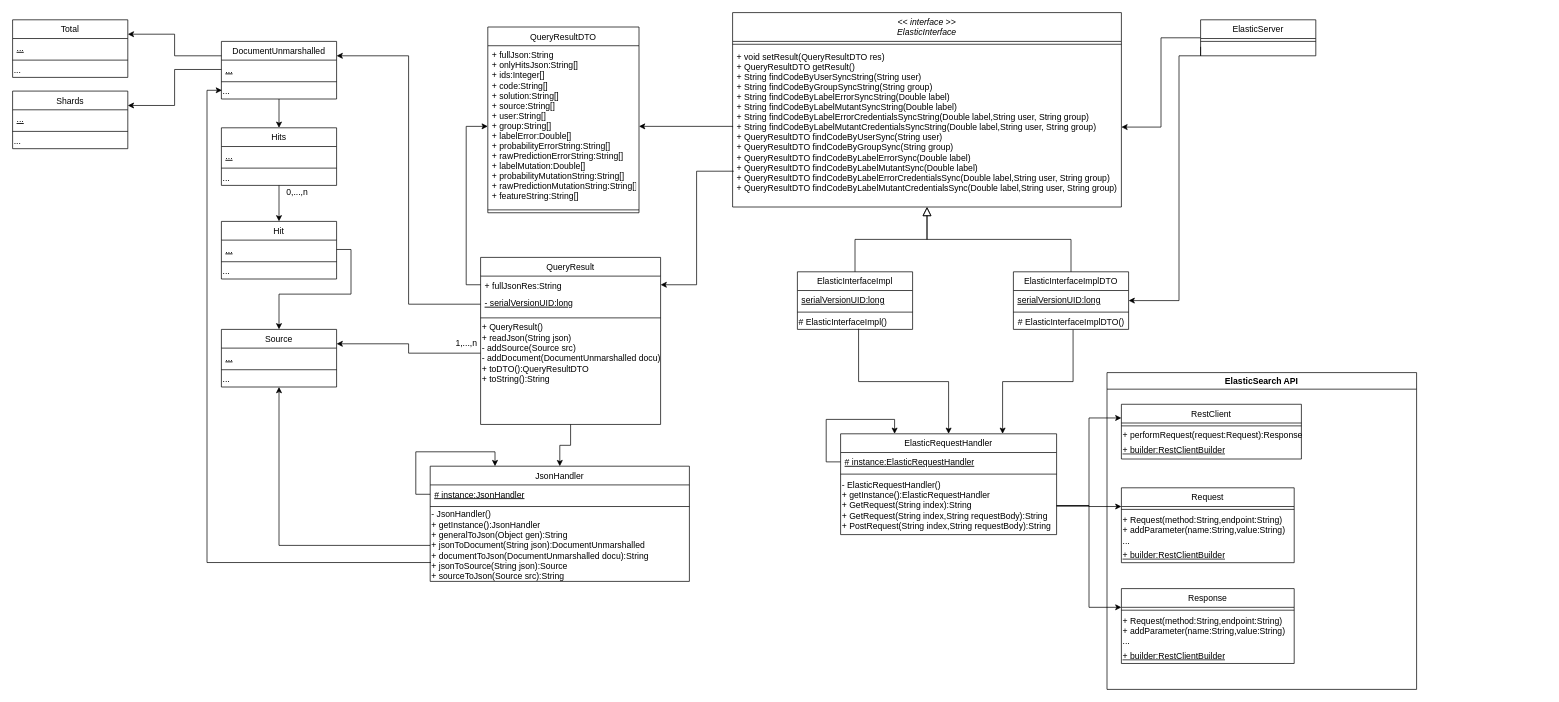
This is docs/Elastic-facade-orchestrator.drawio from josura/Error-classification-ISD, a draw.io file, before an edit. Source tidied: cells renumbered, new cells numbered last; positions are measured from the earlier drawing's top-left corner, leaving out a move shared by most shapes. Both pictures are drawn from the tidied source at 72%, with x=0, y=0 at pixel (12, 12).
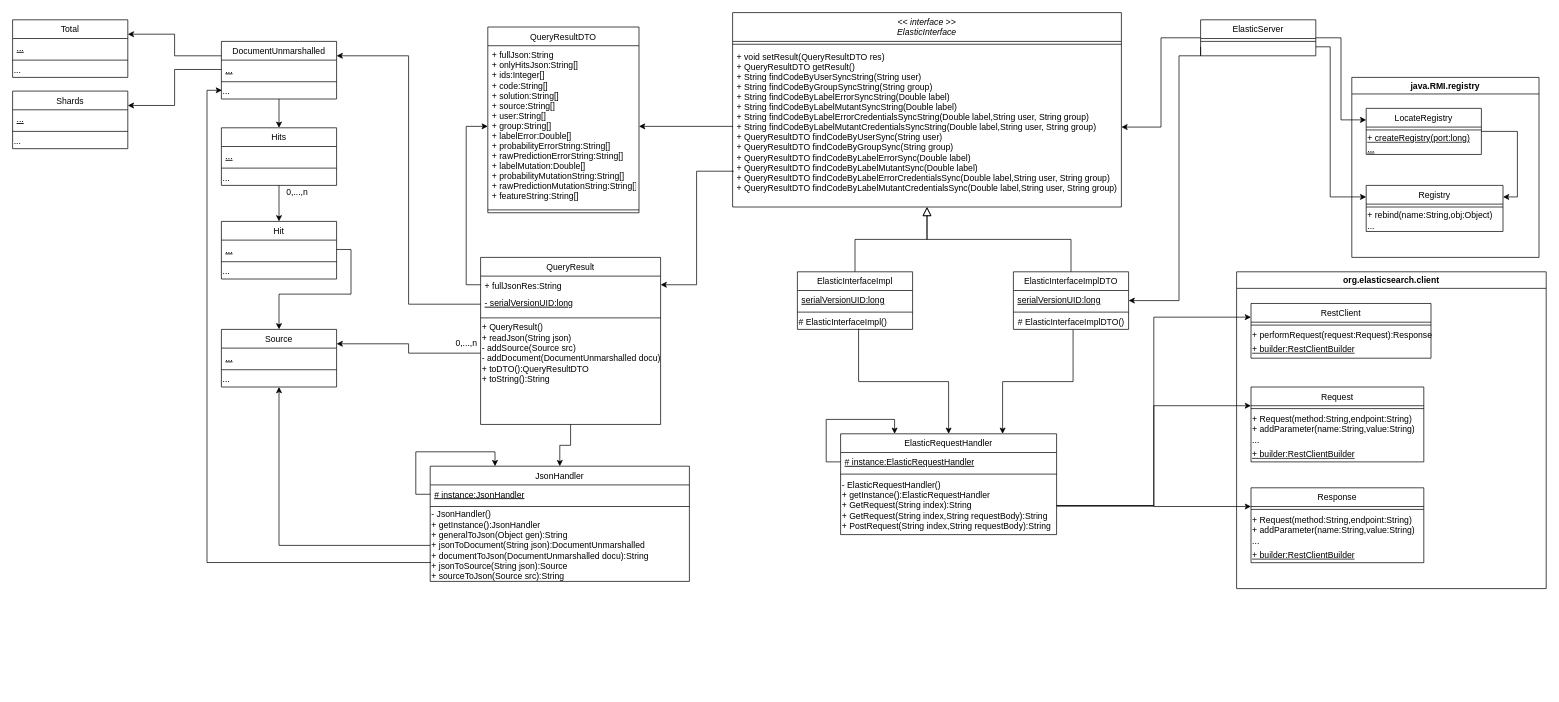
The same diagram, later.

The change refers to these unchanged cells:
```xml
<mxCell id="28" value="ElasticServer" style="swimlane;fontStyle=0;align=center;verticalAlign=top;horizontal=1;startSize=26;rounded=0;shadow=0;strokeWidth=1;" parent="1" vertex="1">
  <mxGeometry x="1650" y="10" width="160" height="50" as="geometry" />
</mxCell>
```

The edit, as a diff of the source:
```diff
@@
+    <mxCell id="94" style="edgeStyle=orthogonalEdgeStyle;rounded=0;jettySize=auto;html=1;exitX=1;exitY=0.5;exitDx=0;exitDy=0;entryX=0;entryY=0.25;entryDx=0;entryDy=0;" parent="1" edge="1" source="28" target="98">
+      <mxGeometry relative="1" as="geometry" />
+    </mxCell>
+    <mxCell id="95" style="edgeStyle=orthogonalEdgeStyle;rounded=0;jettySize=auto;html=1;exitX=1;exitY=0.75;exitDx=0;exitDy=0;entryX=0;entryY=0.25;entryDx=0;entryDy=0;" parent="1" edge="1" source="28" target="101">
+      <mxGeometry relative="1" as="geometry">
+        <Array as="points">
+          <mxPoint x="1830" y="48" />
+          <mxPoint x="1830" y="256" />
+        </Array>
+      </mxGeometry>
+    </mxCell>
@@
-    <mxCell id="70" value="1,...,n" style="text;html=1;align=center;verticalAlign=middle;strokeColor=none;fillColor=none;" parent="1" vertex="1">
+    <mxCell id="70" value="0,...,n" style="text;html=1;align=center;verticalAlign=middle;strokeColor=none;fillColor=none;" parent="1" vertex="1">
       <mxGeometry x="605" y="450" width="50" height="20" as="geometry" />
     </mxCell>
-    <mxCell id="71" value="ElasticSearch API" style="swimlane;align=center;" parent="1" vertex="1">
-      <mxGeometry x="1520" y="500" width="430" height="440" as="geometry" />
+    <mxCell id="71" value="org.elasticsearch.client" style="swimlane;align=center;" parent="1" vertex="1">
+      <mxGeometry x="1700" y="360" width="430" height="440" as="geometry" />
     </mxCell>
@@
+    <mxCell id="96" value="java.RMI.registry" style="swimlane;align=center;" parent="1" vertex="1">
+      <mxGeometry x="1860" y="90" width="260" height="250" as="geometry" />
+    </mxCell>
+    <mxCell id="97" style="edgeStyle=orthogonalEdgeStyle;rounded=0;jettySize=auto;html=1;exitX=1;exitY=0.5;exitDx=0;exitDy=0;entryX=1;entryY=0.25;entryDx=0;entryDy=0;" parent="96" edge="1" source="98" target="101">
+      <mxGeometry relative="1" as="geometry" />
+    </mxCell>
+    <mxCell id="98" value="LocateRegistry" style="swimlane;fontStyle=0;align=center;verticalAlign=top;horizontal=1;startSize=26;rounded=0;shadow=0;strokeWidth=1;" parent="96" vertex="1">
+      <mxGeometry x="20" y="43" width="160" height="64" as="geometry" />
+    </mxCell>
+    <mxCell id="99" style="line;html=1;strokeWidth=1;align=left;verticalAlign=middle;spacingTop=-1;spacingLeft=3;spacingRight=3;labelPosition=right;" parent="98" vertex="1">
+      <mxGeometry y="26" width="160" height="8" as="geometry" />
+    </mxCell>
+    <mxCell id="100" value="&lt;div&gt;+ createRegistry(port:long)&lt;/div&gt;&lt;div&gt;...&lt;br&gt;&lt;/div&gt;" style="text;html=1;align=left;verticalAlign=middle;strokeColor=none;fillColor=none;fontStyle=4;" parent="98" vertex="1">
+      <mxGeometry y="34" width="160" height="30" as="geometry" />
+    </mxCell>
+    <mxCell id="101" value="Registry" style="swimlane;fontStyle=0;align=center;verticalAlign=top;horizontal=1;startSize=26;rounded=0;shadow=0;strokeWidth=1;" parent="96" vertex="1">
+      <mxGeometry x="20" y="150" width="190" height="64" as="geometry" />
+    </mxCell>
+    <mxCell id="102" style="line;html=1;strokeWidth=1;align=left;verticalAlign=middle;spacingTop=-1;spacingLeft=3;spacingRight=3;labelPosition=right;" parent="101" vertex="1">
+      <mxGeometry y="26" width="190" height="8" as="geometry" />
+    </mxCell>
+    <mxCell id="103" value="&lt;div&gt;+ rebind(name:String,obj:Object)&lt;/div&gt;&lt;div&gt;...&lt;/div&gt;" style="text;html=1;align=left;verticalAlign=middle;strokeColor=none;fillColor=none;" parent="101" vertex="1">
+      <mxGeometry y="34" width="190" height="30" as="geometry" />
+    </mxCell>
```
